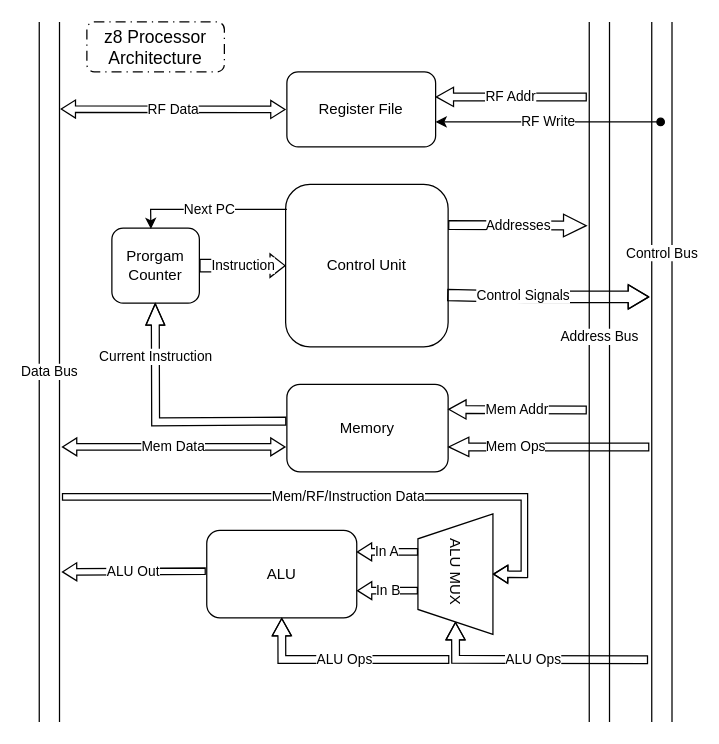
Earlier version of the draw.io diagram z8ProcessorCore/BlockDiagram.drawio (Adi-Vat/Excursions). Source tidied: cells renumbered, new cells numbered last; positions are measured from the earlier drawing's top-left corner, leaving out a move shared by most shapes. Both pictures are drawn from the tidied source at 125%, with x=0, y=0 at pixel (49, 21).
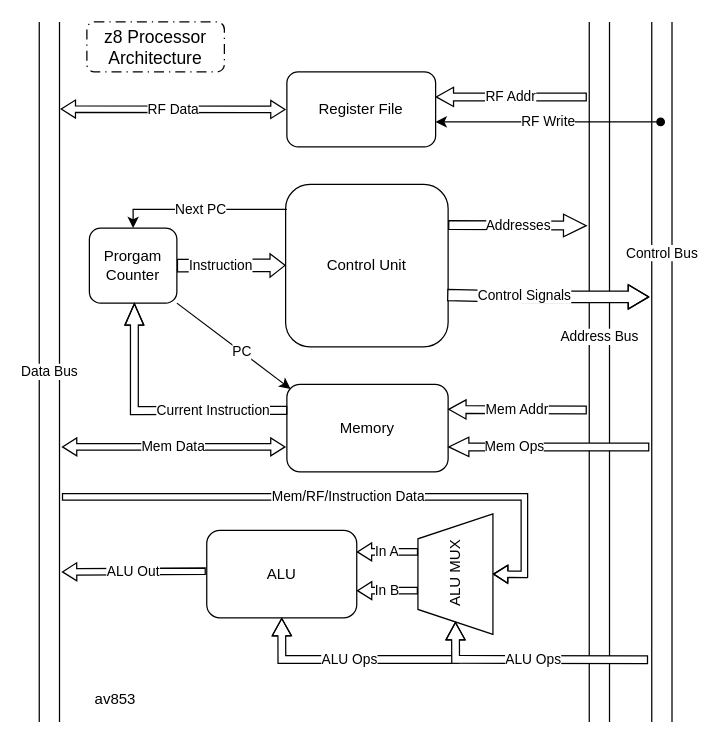
Above is the later version.

Unchanged cells that the change refers to:
```xml
<mxCell id="2" value="Control Unit" style="rounded=1;whiteSpace=wrap;html=1;" parent="1" vertex="1">
  <mxGeometry x="189" y="130" width="130" height="130" as="geometry" />
</mxCell>
<mxCell id="6" value="Memory" style="rounded=1;whiteSpace=wrap;html=1;" parent="1" vertex="1">
  <mxGeometry x="190" y="290" width="129" height="70" as="geometry" />
</mxCell>
<mxCell id="14" value="ALU" style="rounded=1;whiteSpace=wrap;html=1;" parent="1" vertex="1">
  <mxGeometry x="125.9" y="406.8" width="120" height="70" as="geometry" />
</mxCell>
```

The edit, as a diff of the source:
```diff
@@
-    <mxCell id="3" value="Instruction" style="shape=flexArrow;endArrow=classic;html=1;rounded=0;entryX=0;entryY=0.5;entryDx=0;entryDy=0;endWidth=7.777777777777778;endSize=3.661111111111111;" parent="1" edge="1" target="2">
-      <mxGeometry relative="1" as="geometry">
-        <mxPoint x="120" y="195" as="sourcePoint" />
+    <mxCell id="3" value="Instruction" style="shape=flexArrow;endArrow=classic;html=1;rounded=0;entryX=0;entryY=0.5;entryDx=0;entryDy=0;endWidth=7.777777777777778;endSize=3.661111111111111;exitX=1;exitY=0.5;exitDx=0;exitDy=0;" parent="1" edge="1" source="11">
+      <mxGeometry x="-0.19" relative="1" as="geometry">
+        <mxPoint x="189" y="194.8" as="targetPoint" />
       </mxGeometry>
     </mxCell>
@@
-    <mxCell id="5" value="Control Signals" style="shape=flexArrow;endArrow=classic;html=1;rounded=0;exitX=0.994;exitY=0.681;exitDx=0;exitDy=0;exitPerimeter=0;width=9.047619047619047;endSize=5.142857142857143;endWidth=9.501133786848072;" parent="1" edge="1" source="2">
-      <mxGeometry x="-0.24" y="1" relative="1" as="geometry">
-        <mxPoint x="480" y="220" as="targetPoint" />
-        <Array as="points">
-          <mxPoint x="380" y="220" />
-        </Array>
-      </mxGeometry>
-    </mxCell>
@@
-    <mxCell id="10" value="Mem Ops" style="shape=flexArrow;endArrow=classic;html=1;rounded=0;endWidth=8.275862068965518;endSize=5.027586206896552;width=6.206896551724138;startArrow=none;startFill=0;startSize=5.027586206896552;" parent="1" edge="1">
-      <mxGeometry x="0.33" relative="1" as="geometry">
+    <mxCell id="10" value="Mem Ops" style="shape=flexArrow;endArrow=classic;html=1;rounded=0;endWidth=8.275862068965518;endSize=5.027586206896552;width=6.206896551724138;startArrow=none;startFill=0;startSize=5.027586206896552;fillColor=default;" parent="1" edge="1">
+      <mxGeometry x="0.34" relative="1" as="geometry">
         <mxPoint x="480" y="340" as="sourcePoint" />
         <mxPoint x="319" y="340" as="targetPoint" />
       </mxGeometry>
     </mxCell>
     <mxCell id="11" value="Prorgam&lt;div&gt;Counter&lt;/div&gt;" style="rounded=1;whiteSpace=wrap;html=1;" parent="1" vertex="1">
-      <mxGeometry x="50" y="165" width="70" height="60" as="geometry" />
+      <mxGeometry x="32" y="165" width="70" height="60" as="geometry" />
     </mxCell>
-    <mxCell id="12" value="Next PC" style="endArrow=classic;html=1;rounded=0;entryX=0.446;entryY=0.011;entryDx=0;entryDy=0;entryPerimeter=0;" parent="1" edge="1" target="11">
+    <mxCell id="12" value="Next PC" style="endArrow=classic;html=1;rounded=0;entryX=0.5;entryY=0;entryDx=0;entryDy=0;" parent="1" edge="1" target="11">
       <mxGeometry relative="1" as="geometry">
         <mxPoint x="190" y="150" as="sourcePoint" />
         <Array as="points">
-          <mxPoint x="81" y="150" />
+          <mxPoint x="67" y="150" />
         </Array>
       </mxGeometry>
     </mxCell>
-    <mxCell id="13" value="Current Instruction" style="shape=flexArrow;endArrow=classic;html=1;rounded=0;width=6.285714285714286;endSize=5.365714285714286;endWidth=7.836734693877552;exitX=-0.003;exitY=0.42;exitDx=0;exitDy=0;exitPerimeter=0;" parent="1" edge="1" source="6">
-      <mxGeometry x="0.57" relative="1" as="geometry">
-        <mxPoint x="84.7" y="225" as="targetPoint" />
+    <mxCell id="13" value="Current Instruction" style="shape=flexArrow;endArrow=classic;html=1;rounded=0;width=6.285714285714286;endSize=5.365714285714286;endWidth=7.836734693877552;exitX=0.003;exitY=0.297;exitDx=0;exitDy=0;exitPerimeter=0;" parent="1" edge="1" source="6">
+      <mxGeometry x="-0.43" relative="1" as="geometry">
+        <mxPoint x="68" y="225" as="targetPoint" />
         <Array as="points">
-          <mxPoint x="85" y="320" />
+          <mxPoint x="68" y="311" />
         </Array>
       </mxGeometry>
     </mxCell>
@@
-    <mxCell id="15" value="ALU Ops" style="shape=flexArrow;endArrow=classic;html=1;rounded=0;endWidth=8.133174791914387;endSize=4.275862068965518;width=6.206896551724138;entryX=0;entryY=0.5;entryDx=0;entryDy=0;" parent="1" edge="1" target="16">
-      <mxGeometry relative="1" as="geometry">
-        <mxPoint x="479" y="510.2" as="sourcePoint" />
-        <Array as="points">
-          <mxPoint x="325" y="510" />
-        </Array>
-      </mxGeometry>
-    </mxCell>
-    <mxCell id="16" style="shape=trapezoid;perimeter=trapezoidPerimeter;whiteSpace=wrap;html=1;fixedSize=1;rotation=-90;" parent="1" vertex="1">
+    <mxCell id="16" value="ALU MUX" style="shape=trapezoid;perimeter=trapezoidPerimeter;whiteSpace=wrap;html=1;fixedSize=1;rotation=-90;" parent="1" vertex="1">
       <mxGeometry x="276.6" y="411.8" width="96.5" height="60" as="geometry" />
     </mxCell>
-    <mxCell id="17" value="ALU MUX" style="text;html=1;whiteSpace=wrap;strokeColor=none;fillColor=none;align=center;verticalAlign=middle;rounded=0;rotation=90;" parent="1" vertex="1">
-      <mxGeometry x="294.9" y="425" width="60" height="30" as="geometry" />
-    </mxCell>
@@
     <mxCell id="19" value="ALU Ops" style="shape=flexArrow;endArrow=classic;html=1;rounded=0;endWidth=8.133174791914387;endSize=4.275862068965518;width=6.206896551724138;entryX=0.5;entryY=1;entryDx=0;entryDy=0;" parent="1" edge="1" target="14">
       <mxGeometry relative="1" as="geometry">
-        <mxPoint x="320" y="510" as="sourcePoint" />
+        <mxPoint x="328" y="510" as="sourcePoint" />
         <Array as="points">
           <mxPoint x="186" y="510" />
         </Array>
       </mxGeometry>
     </mxCell>
@@
     <mxCell id="21" value="In B" style="shape=flexArrow;endArrow=classic;html=1;rounded=0;width=5.1923076923076925;endSize=3.465384615384615;endWidth=8.232248520710058;" parent="1" edge="1">
-      <mxGeometry relative="1" as="geometry">
+      <mxGeometry x="0.02" relative="1" as="geometry">
         <mxPoint x="294.9" y="455" as="sourcePoint" />
         <mxPoint x="246" y="455" as="targetPoint" />
       </mxGeometry>
     </mxCell>
@@
-    <mxCell id="29" value="&lt;font style=&quot;font-size: 14px;&quot;&gt;z8 Processor Architecture&lt;/font&gt;" style="text;html=1;whiteSpace=wrap;strokeColor=default;fillColor=none;align=center;verticalAlign=middle;rounded=1;dashed=1;perimeterSpacing=0;dashPattern=8 4 1 4;" parent="1" vertex="1">
+    <mxCell id="29" value="&lt;font style=&quot;font-size: 14px;&quot;&gt;z8 Processor Architecture&lt;/font&gt;" style="text;html=1;whiteSpace=wrap;align=center;verticalAlign=middle;rounded=1;dashed=1;perimeterSpacing=0;dashPattern=8 4 1 4;strokeColor=default;" parent="1" vertex="1">
       <mxGeometry x="30" width="110" height="40" as="geometry" />
     </mxCell>
+    <mxCell id="5" value="Control Signals" style="shape=flexArrow;endArrow=classic;html=1;rounded=0;exitX=0.994;exitY=0.681;exitDx=0;exitDy=0;exitPerimeter=0;width=9.047619047619047;endSize=5.142857142857143;endWidth=9.501133786848072;fillStyle=auto;fillColor=default;" parent="1" edge="1" source="2">
+      <mxGeometry x="-0.23" y="1" relative="1" as="geometry">
+        <mxPoint x="480" y="220" as="targetPoint" />
+        <Array as="points">
+          <mxPoint x="380" y="220" />
+        </Array>
+      </mxGeometry>
+    </mxCell>
+    <mxCell id="15" value="ALU Ops" style="shape=flexArrow;endArrow=classic;html=1;rounded=0;endWidth=8.133174791914387;endSize=4.275862068965518;width=6.206896551724138;entryX=0;entryY=0.5;entryDx=0;entryDy=0;fillColor=default;" parent="1" edge="1" target="16">
+      <mxGeometry relative="1" as="geometry">
+        <mxPoint x="479" y="510.2" as="sourcePoint" />
+        <Array as="points">
+          <mxPoint x="325" y="510" />
+        </Array>
+      </mxGeometry>
+    </mxCell>
+    <mxCell id="30" style="endArrow=classic;html=1;rounded=0;exitX=1;exitY=1;exitDx=0;exitDy=0;entryX=0.023;entryY=0.052;entryDx=0;entryDy=0;entryPerimeter=0;" parent="1" edge="1" source="11" target="6">
+      <mxGeometry relative="1" as="geometry" />
+    </mxCell>
+    <mxCell id="31" value="PC" style="edgeLabel;html=1;align=center;verticalAlign=middle;" parent="30" vertex="1">
+      <mxGeometry x="0.13" relative="1" as="geometry" />
+    </mxCell>
+    <mxCell id="32" value="av853" style="text;html=1;whiteSpace=wrap;align=center;verticalAlign=middle;rounded=0;" parent="1" vertex="1">
+      <mxGeometry x="23" y="527" width="60" height="30" as="geometry" />
+    </mxCell>
```
